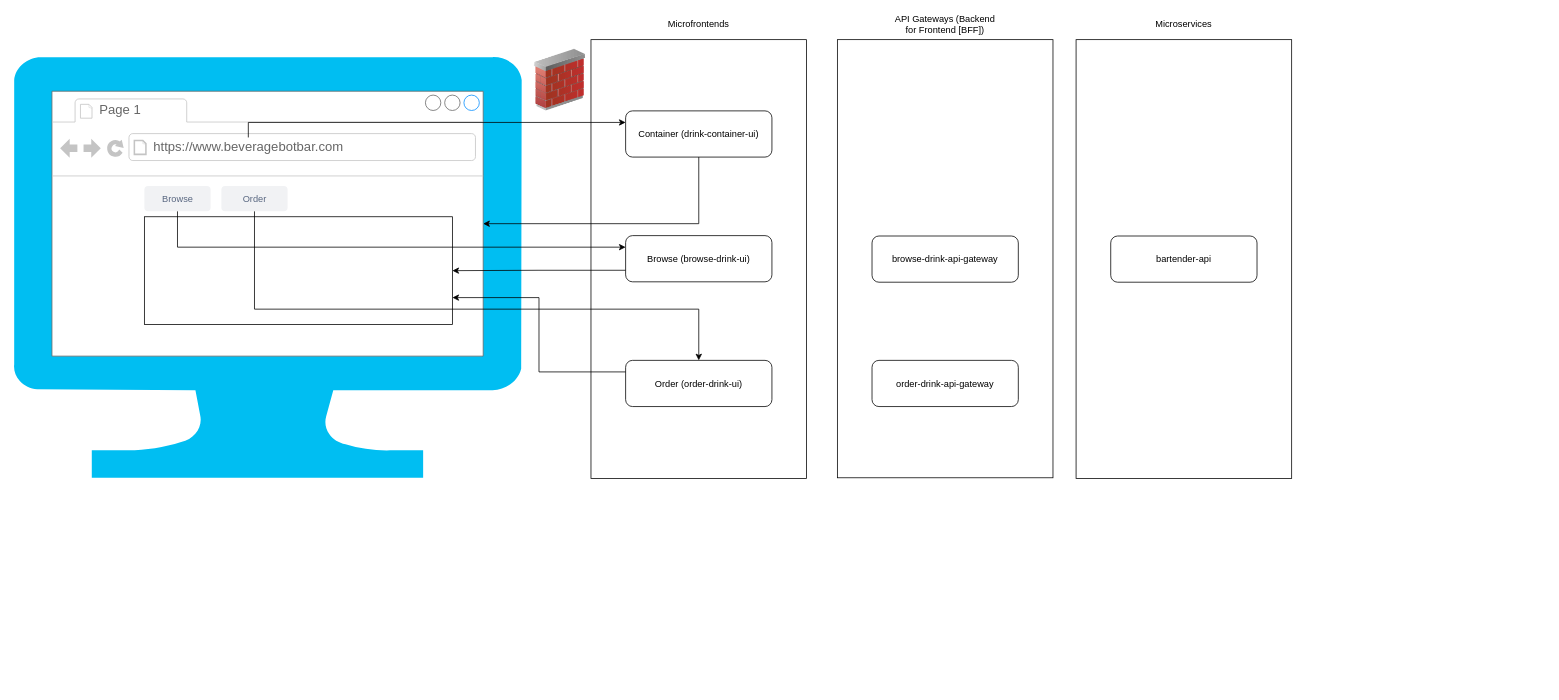
This is docs/Architecture.drawio from SamAllen83/bar-stack, a draw.io file, before an edit. Source tidied: cells renumbered, new cells numbered last; positions are measured from the earlier drawing's top-left corner, leaving out a move shared by most shapes. Both pictures are drawn from the tidied source at 77%, with x=0, y=0 at pixel (13, 16).
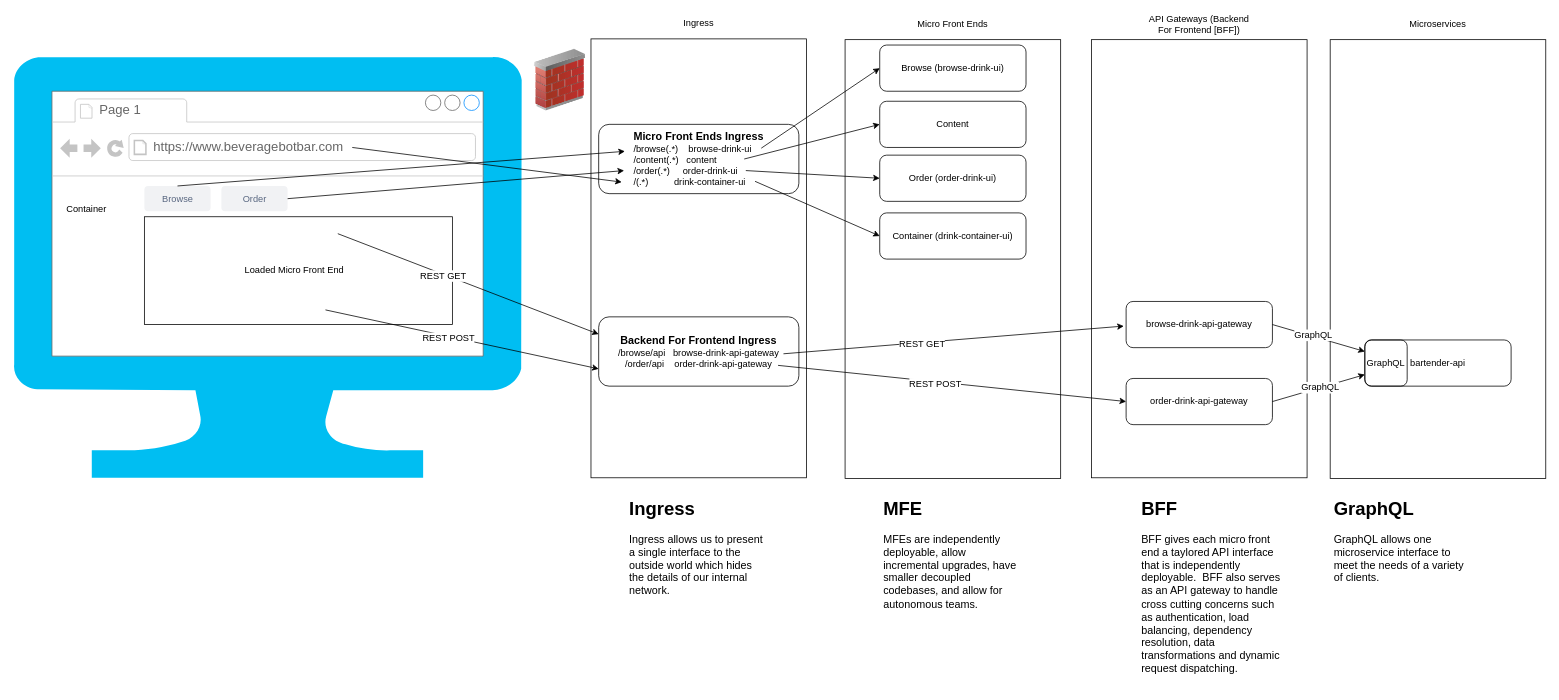
After the change.

Commit message (it also covers changes not shown here):
Updated architecture diagram

Unchanged cells that the change refers to:
```xml
<mxCell id="3" style="strokeWidth=1;shadow=0;dashed=0;align=center;html=1;shape=mxgraph.mockup.containers.browserWindow;rSize=0;fillColor=#ffffff;strokeColor=#666666;strokeColor2=#008cff;strokeColor3=#c4c4c4;mainText=,;" parent="1" vertex="1">
  <mxGeometry x="50" y="97" width="560" height="344" as="geometry" />
</mxCell>
<mxCell id="5" value="https://www.beveragebotbar.com" style="strokeWidth=1;shadow=0;dashed=0;align=center;html=1;shape=mxgraph.mockup.containers.anchor;rSize=0;fontSize=17;fontColor=#666666;align=left;" parent="3" vertex="1">
  <mxGeometry x="130" y="60" width="250" height="26" as="geometry" />
</mxCell>
<mxCell id="6" value="Browse" style="rounded=1;fillColor=#F1F2F4;strokeColor=none;html=1;fontColor=#596780;align=center;verticalAlign=middle;fontStyle=0;fontSize=12;shadow=0;" parent="3" vertex="1">
  <mxGeometry x="120" y="123" width="86" height="33" as="geometry" />
</mxCell>
<mxCell id="7" value="Order" style="rounded=1;fillColor=#F1F2F4;strokeColor=none;html=1;fontColor=#596780;align=center;verticalAlign=middle;fontStyle=0;fontSize=12;shadow=0;" parent="3" vertex="1">
  <mxGeometry x="220" y="123" width="86" height="33" as="geometry" />
</mxCell>
<mxCell id="23" style="rounded=0;whiteSpace=wrap;html=1;shadow=0;fillColor=none;" parent="1" vertex="1">
  <mxGeometry x="170" y="260" width="400" height="140" as="geometry" />
</mxCell>
```

What changed in the source:
```diff
@@
+    <mxCell id="28" style="endArrow=classic;html=1;entryX=0.115;entryY=0.833;entryDx=0;entryDy=0;entryPerimeter=0;" parent="3" edge="1" target="32">
+      <mxGeometry relative="1" as="geometry">
+        <mxPoint x="390" y="73" as="sourcePoint" />
+      </mxGeometry>
+    </mxCell>
+    <mxCell id="29" value="Container" style="text;html=1;strokeColor=none;fillColor=none;align=center;verticalAlign=middle;whiteSpace=wrap;rounded=0;" parent="3" vertex="1">
+      <mxGeometry x="10" y="143" width="70" height="20" as="geometry" />
+    </mxCell>
     <mxCell id="8" style="rounded=0;whiteSpace=wrap;html=1;shadow=0;fillColor=none;" parent="1" vertex="1">
-      <mxGeometry x="750" y="30" width="280" height="570" as="geometry" />
+      <mxGeometry x="1080" y="30" width="280" height="570" as="geometry" />
     </mxCell>
-    <mxCell id="9" value="Microfrontends" style="text;html=1;strokeColor=none;fillColor=none;align=center;verticalAlign=middle;whiteSpace=wrap;rounded=0;shadow=0;" parent="1" vertex="1">
-      <mxGeometry x="820" width="140" height="20" as="geometry" />
+    <mxCell id="9" value="Micro Front Ends" style="text;html=1;strokeColor=none;fillColor=none;align=center;verticalAlign=middle;whiteSpace=wrap;rounded=0;shadow=0;" parent="1" vertex="1">
+      <mxGeometry x="1150" width="140" height="20" as="geometry" />
     </mxCell>
-    <mxCell id="10" style="edgeStyle=orthogonalEdgeStyle;rounded=0;jettySize=auto;html=1;exitX=0.5;exitY=1;exitDx=0;exitDy=0;" parent="1" edge="1" source="11" target="3">
-      <mxGeometry relative="1" as="geometry" />
-    </mxCell>
     <mxCell id="11" value="Container (drink-container-ui)" style="rounded=1;whiteSpace=wrap;html=1;shadow=0;fillColor=none;" parent="1" vertex="1">
-      <mxGeometry x="795" y="122.5" width="190" height="60" as="geometry" />
+      <mxGeometry x="1125" y="255" width="190" height="60" as="geometry" />
     </mxCell>
-    <mxCell id="12" style="edgeStyle=orthogonalEdgeStyle;rounded=0;jettySize=auto;html=1;exitX=0;exitY=0.75;exitDx=0;exitDy=0;" parent="1" edge="1" source="13" target="23">
-      <mxGeometry relative="1" as="geometry" />
-    </mxCell>
     <mxCell id="13" value="Browse (browse-drink-ui)" style="rounded=1;whiteSpace=wrap;html=1;shadow=0;fillColor=none;" parent="1" vertex="1">
-      <mxGeometry x="795" y="284.5" width="190" height="60" as="geometry" />
+      <mxGeometry x="1125" y="37" width="190" height="60" as="geometry" />
     </mxCell>
-    <mxCell id="14" style="edgeStyle=orthogonalEdgeStyle;rounded=0;jettySize=auto;html=1;exitX=0;exitY=0.25;exitDx=0;exitDy=0;entryX=1;entryY=0.75;entryDx=0;entryDy=0;" parent="1" edge="1" source="15" target="23">
-      <mxGeometry relative="1" as="geometry" />
-    </mxCell>
     <mxCell id="15" value="Order (order-drink-ui)" style="rounded=1;whiteSpace=wrap;html=1;shadow=0;fillColor=none;" parent="1" vertex="1">
-      <mxGeometry x="795" y="446.5" width="190" height="60" as="geometry" />
+      <mxGeometry x="1125" y="180" width="190" height="60" as="geometry" />
     </mxCell>
     <mxCell id="16" style="rounded=0;whiteSpace=wrap;html=1;shadow=0;fillColor=none;" parent="1" vertex="1">
-      <mxGeometry x="1070" y="30" width="280" height="569" as="geometry" />
+      <mxGeometry x="1400" y="30" width="280" height="569" as="geometry" />
     </mxCell>
-    <mxCell id="17" value="API Gateways (Backend for Frontend [BFF])" style="text;html=1;strokeColor=none;fillColor=none;align=center;verticalAlign=middle;whiteSpace=wrap;rounded=0;shadow=0;" parent="1" vertex="1">
-      <mxGeometry x="1140" width="140" height="20" as="geometry" />
+    <mxCell id="17" value="API Gateways (Backend For Frontend [BFF])" style="text;html=1;strokeColor=none;fillColor=none;align=center;verticalAlign=middle;whiteSpace=wrap;rounded=0;shadow=0;" parent="1" vertex="1">
+      <mxGeometry x="1470" width="140" height="20" as="geometry" />
     </mxCell>
     <mxCell id="18" style="rounded=0;whiteSpace=wrap;html=1;shadow=0;fillColor=none;" parent="1" vertex="1">
-      <mxGeometry x="1380" y="30" width="280" height="570" as="geometry" />
+      <mxGeometry x="1710" y="30" width="280" height="570" as="geometry" />
     </mxCell>
     <mxCell id="19" value="Microservices" style="text;html=1;strokeColor=none;fillColor=none;align=center;verticalAlign=middle;whiteSpace=wrap;rounded=0;shadow=0;" parent="1" vertex="1">
-      <mxGeometry x="1450" width="140" height="20" as="geometry" />
+      <mxGeometry x="1780" width="140" height="20" as="geometry" />
     </mxCell>
     <mxCell id="20" value="bartender-api" style="rounded=1;whiteSpace=wrap;html=1;shadow=0;fillColor=none;" parent="1" vertex="1">
-      <mxGeometry x="1425" y="285" width="190" height="60" as="geometry" />
+      <mxGeometry x="1755" y="420" width="190" height="60" as="geometry" />
     </mxCell>
     <mxCell id="21" value="browse-drink-api-gateway" style="rounded=1;whiteSpace=wrap;html=1;shadow=0;fillColor=none;" parent="1" vertex="1">
-      <mxGeometry x="1115" y="285" width="190" height="60" as="geometry" />
+      <mxGeometry x="1445" y="370" width="190" height="60" as="geometry" />
     </mxCell>
     <mxCell id="22" value="order-drink-api-gateway" style="rounded=1;whiteSpace=wrap;html=1;shadow=0;fillColor=none;" parent="1" vertex="1">
-      <mxGeometry x="1115" y="446.5" width="190" height="60" as="geometry" />
+      <mxGeometry x="1445" y="470" width="190" height="60" as="geometry" />
     </mxCell>
@@
-    <mxCell id="24" style="edgeStyle=orthogonalEdgeStyle;rounded=0;jettySize=auto;html=1;entryX=0;entryY=0.25;entryDx=0;entryDy=0;" parent="1" edge="1" source="5" target="11">
-      <mxGeometry relative="1" as="geometry">
-        <Array as="points">
-          <mxPoint x="305" y="138" />
-        </Array>
-      </mxGeometry>
-    </mxCell>
-    <mxCell id="25" style="edgeStyle=orthogonalEdgeStyle;rounded=0;jettySize=auto;html=1;exitX=0.5;exitY=1;exitDx=0;exitDy=0;entryX=0;entryY=0.25;entryDx=0;entryDy=0;" parent="1" edge="1" source="6" target="13">
-      <mxGeometry relative="1" as="geometry" />
-    </mxCell>
-    <mxCell id="26" style="edgeStyle=orthogonalEdgeStyle;rounded=0;jettySize=auto;html=1;exitX=0.5;exitY=1;exitDx=0;exitDy=0;entryX=0.5;entryY=0;entryDx=0;entryDy=0;" parent="1" edge="1" source="7" target="15">
-      <mxGeometry relative="1" as="geometry">
-        <Array as="points">
-          <mxPoint x="313" y="380" />
-          <mxPoint x="890" y="380" />
-        </Array>
-      </mxGeometry>
-    </mxCell>
@@
+    <mxCell id="30" style="rounded=0;whiteSpace=wrap;html=1;shadow=0;fillColor=none;" parent="1" vertex="1">
+      <mxGeometry x="750" y="29" width="280" height="570" as="geometry" />
+    </mxCell>
+    <mxCell id="31" value="Ingress" style="text;html=1;strokeColor=none;fillColor=none;align=center;verticalAlign=middle;whiteSpace=wrap;rounded=0;shadow=0;" parent="1" vertex="1">
+      <mxGeometry x="820" y="-1" width="140" height="20" as="geometry" />
+    </mxCell>
+    <mxCell id="32" value="&lt;font style=&quot;font-size: 14px&quot;&gt;&lt;b&gt;Micro Front Ends Ingress&lt;br&gt;&lt;/b&gt;&lt;/font&gt;&lt;div style=&quot;text-align: left&quot;&gt;/browse(.*)&amp;nbsp; &amp;nbsp; browse-drink-ui&lt;/div&gt;&lt;div style=&quot;text-align: left&quot;&gt;/content(.*)&amp;nbsp; &amp;nbsp;content&lt;/div&gt;&lt;div style=&quot;text-align: left&quot;&gt;/order(.*)&amp;nbsp; &amp;nbsp; &amp;nbsp;order-drink-ui&lt;/div&gt;&lt;div style=&quot;text-align: left&quot;&gt;/(.*)&amp;nbsp; &amp;nbsp; &amp;nbsp; &amp;nbsp; &amp;nbsp; drink-container-ui&lt;/div&gt;" style="rounded=1;whiteSpace=wrap;html=1;shadow=0;fillColor=none;" parent="1" vertex="1">
+      <mxGeometry x="760" y="140" width="260" height="90" as="geometry" />
+    </mxCell>
+    <mxCell id="33" value="&lt;font style=&quot;font-size: 14px&quot;&gt;&lt;b&gt;Backend For Frontend Ingress&lt;/b&gt;&lt;/font&gt;&lt;br&gt;&lt;div style=&quot;text-align: left&quot;&gt;&lt;div style=&quot;text-align: center&quot;&gt;/browse/api&amp;nbsp; &amp;nbsp;browse-drink-api-gateway&lt;/div&gt;&lt;div style=&quot;text-align: center&quot;&gt;/order/api&amp;nbsp; &amp;nbsp; order-drink-api-gateway&lt;/div&gt;&lt;/div&gt;" style="rounded=1;whiteSpace=wrap;html=1;shadow=0;fillColor=none;" parent="1" vertex="1">
+      <mxGeometry x="760" y="390" width="260" height="90" as="geometry" />
+    </mxCell>
+    <mxCell id="34" value="Content" style="rounded=1;whiteSpace=wrap;html=1;shadow=0;fillColor=none;" parent="1" vertex="1">
+      <mxGeometry x="1125" y="110" width="190" height="60" as="geometry" />
+    </mxCell>
+    <mxCell id="35" style="endArrow=classic;html=1;entryX=0.131;entryY=0.389;entryDx=0;entryDy=0;entryPerimeter=0;exitX=0.5;exitY=0;exitDx=0;exitDy=0;" parent="1" edge="1" source="6" target="32">
+      <mxGeometry relative="1" as="geometry" />
+    </mxCell>
+    <mxCell id="36" style="endArrow=classic;html=1;entryX=0.127;entryY=0.667;entryDx=0;entryDy=0;entryPerimeter=0;exitX=1;exitY=0.5;exitDx=0;exitDy=0;" parent="1" edge="1" source="7" target="32">
+      <mxGeometry relative="1" as="geometry" />
+    </mxCell>
+    <mxCell id="37" value="Loaded Micro Front End" style="text;html=1;strokeColor=none;fillColor=none;align=center;verticalAlign=middle;whiteSpace=wrap;rounded=0;" parent="1" vertex="1">
+      <mxGeometry x="290" y="315" width="150" height="30" as="geometry" />
+    </mxCell>
+    <mxCell id="38" value="GraphQL" style="rounded=1;whiteSpace=wrap;html=1;shadow=0;fillColor=none;" parent="1" vertex="1">
+      <mxGeometry x="1755" y="420" width="55" height="60" as="geometry" />
+    </mxCell>
+    <mxCell id="39" style="endArrow=classic;html=1;exitX=0.923;exitY=0.533;exitDx=0;exitDy=0;exitPerimeter=0;entryX=-0.016;entryY=0.533;entryDx=0;entryDy=0;entryPerimeter=0;" parent="1" edge="1" source="33" target="21">
+      <mxGeometry relative="1" as="geometry" />
+    </mxCell>
+    <mxCell id="40" value="REST GET" style="text;html=1;align=center;verticalAlign=middle;labelBackgroundColor=#ffffff;" parent="39" vertex="1">
+      <mxGeometry x="-0.19" y="-2" relative="1" as="geometry" />
+    </mxCell>
+    <mxCell id="41" style="endArrow=classic;html=1;exitX=0.896;exitY=0.7;exitDx=0;exitDy=0;exitPerimeter=0;entryX=0;entryY=0.5;entryDx=0;entryDy=0;" parent="1" edge="1" source="33" target="22">
+      <mxGeometry relative="1" as="geometry" />
+    </mxCell>
+    <mxCell id="42" value="REST POST" style="text;html=1;align=center;verticalAlign=middle;labelBackgroundColor=#ffffff;" parent="41" vertex="1">
+      <mxGeometry x="-0.1" y="-2" relative="1" as="geometry" />
+    </mxCell>
+    <mxCell id="43" style="endArrow=classic;html=1;entryX=0;entryY=0.25;entryDx=0;entryDy=0;exitX=1;exitY=0.5;exitDx=0;exitDy=0;" parent="1" edge="1" source="21" target="38">
+      <mxGeometry relative="1" as="geometry" />
+    </mxCell>
+    <mxCell id="44" value="GraphQL" style="text;html=1;align=center;verticalAlign=middle;labelBackgroundColor=#ffffff;" parent="43" vertex="1">
+      <mxGeometry x="-0.13" y="2" relative="1" as="geometry" />
+    </mxCell>
+    <mxCell id="45" style="endArrow=classic;html=1;entryX=0;entryY=0.75;entryDx=0;entryDy=0;exitX=1;exitY=0.5;exitDx=0;exitDy=0;" parent="1" edge="1" source="22" target="38">
+      <mxGeometry relative="1" as="geometry" />
+    </mxCell>
+    <mxCell id="46" value="GraphQL" style="text;html=1;align=center;verticalAlign=middle;labelBackgroundColor=#ffffff;" parent="45" vertex="1">
+      <mxGeometry x="0.02" y="1" relative="1" as="geometry" />
+    </mxCell>
+    <mxCell id="47" style="endArrow=classic;html=1;exitX=0.628;exitY=0.157;exitDx=0;exitDy=0;exitPerimeter=0;entryX=0;entryY=0.25;entryDx=0;entryDy=0;" parent="1" edge="1" source="23" target="33">
+      <mxGeometry relative="1" as="geometry" />
+    </mxCell>
+    <mxCell id="48" value="REST GET" style="text;html=1;align=center;verticalAlign=middle;labelBackgroundColor=#ffffff;" parent="47" vertex="1">
+      <mxGeometry x="-0.19" y="-2" relative="1" as="geometry" />
+    </mxCell>
+    <mxCell id="49" style="endArrow=classic;html=1;exitX=0.588;exitY=0.864;exitDx=0;exitDy=0;exitPerimeter=0;entryX=0;entryY=0.75;entryDx=0;entryDy=0;" parent="1" edge="1" source="23" target="33">
+      <mxGeometry relative="1" as="geometry" />
+    </mxCell>
+    <mxCell id="50" value="REST POST" style="text;html=1;align=center;verticalAlign=middle;labelBackgroundColor=#ffffff;" parent="49" vertex="1">
+      <mxGeometry x="-0.1" y="-2" relative="1" as="geometry" />
+    </mxCell>
+    <mxCell id="51" value="&lt;h1&gt;GraphQL&lt;/h1&gt;&lt;p&gt;&lt;font style=&quot;font-size: 14px&quot;&gt;GraphQL allows one microservice interface to meet the needs of a variety of clients.&lt;/font&gt;&lt;/p&gt;" style="text;html=1;strokeColor=none;fillColor=none;spacing=5;spacingTop=-20;whiteSpace=wrap;overflow=hidden;rounded=0;" parent="1" vertex="1">
+      <mxGeometry x="1710" y="620" width="190" height="130" as="geometry" />
+    </mxCell>
+    <mxCell id="52" value="&lt;h1&gt;BFF&lt;/h1&gt;&lt;p&gt;&lt;font style=&quot;font-size: 14px&quot;&gt;BFF gives each micro front end a taylored API interface that is independently deployable.&amp;nbsp; BFF also serves as an API gateway to handle cross cutting concerns such as authentication, load balancing, dependency resolution, data transformations and dynamic request dispatching.&lt;/font&gt;&lt;/p&gt;" style="text;html=1;strokeColor=none;fillColor=none;spacing=5;spacingTop=-20;whiteSpace=wrap;overflow=hidden;rounded=0;" parent="1" vertex="1">
+      <mxGeometry x="1460" y="620" width="190" height="250" as="geometry" />
+    </mxCell>
+    <mxCell id="53" value="&lt;h1&gt;MFE&lt;/h1&gt;&lt;p&gt;&lt;font style=&quot;font-size: 14px&quot;&gt;MFEs are independently deployable, allow incremental upgrades, have smaller decoupled codebases, and allow for autonomous teams.&lt;/font&gt;&lt;/p&gt;" style="text;html=1;strokeColor=none;fillColor=none;spacing=5;spacingTop=-20;whiteSpace=wrap;overflow=hidden;rounded=0;" parent="1" vertex="1">
+      <mxGeometry x="1125" y="620" width="190" height="160" as="geometry" />
+    </mxCell>
+    <mxCell id="54" value="&lt;h1&gt;Ingress&lt;/h1&gt;&lt;p&gt;&lt;/p&gt;&lt;font style=&quot;font-size: 14px&quot;&gt;Ingress allows us to present a single interface to the outside world which hides the details of our internal network.&lt;/font&gt;" style="text;html=1;strokeColor=none;fillColor=none;spacing=5;spacingTop=-20;whiteSpace=wrap;overflow=hidden;rounded=0;" parent="1" vertex="1">
+      <mxGeometry x="795" y="620" width="190" height="140" as="geometry" />
+    </mxCell>
+    <mxCell id="55" style="endArrow=classic;html=1;entryX=0;entryY=0.5;entryDx=0;entryDy=0;exitX=0.781;exitY=0.822;exitDx=0;exitDy=0;exitPerimeter=0;" parent="1" edge="1" source="32" target="11">
+      <mxGeometry relative="1" as="geometry" />
+    </mxCell>
+    <mxCell id="56" style="endArrow=classic;html=1;entryX=0;entryY=0.5;entryDx=0;entryDy=0;exitX=0.812;exitY=0.344;exitDx=0;exitDy=0;exitPerimeter=0;" parent="1" edge="1" source="32" target="13">
+      <mxGeometry relative="1" as="geometry" />
+    </mxCell>
+    <mxCell id="57" style="endArrow=classic;html=1;entryX=0;entryY=0.5;entryDx=0;entryDy=0;exitX=0.735;exitY=0.667;exitDx=0;exitDy=0;exitPerimeter=0;" parent="1" edge="1" source="32" target="15">
+      <mxGeometry relative="1" as="geometry" />
+    </mxCell>
+    <mxCell id="58" style="endArrow=classic;html=1;entryX=0;entryY=0.5;entryDx=0;entryDy=0;" parent="1" edge="1" target="34">
+      <mxGeometry relative="1" as="geometry">
+        <mxPoint x="949" y="185" as="sourcePoint" />
+      </mxGeometry>
+    </mxCell>
```
